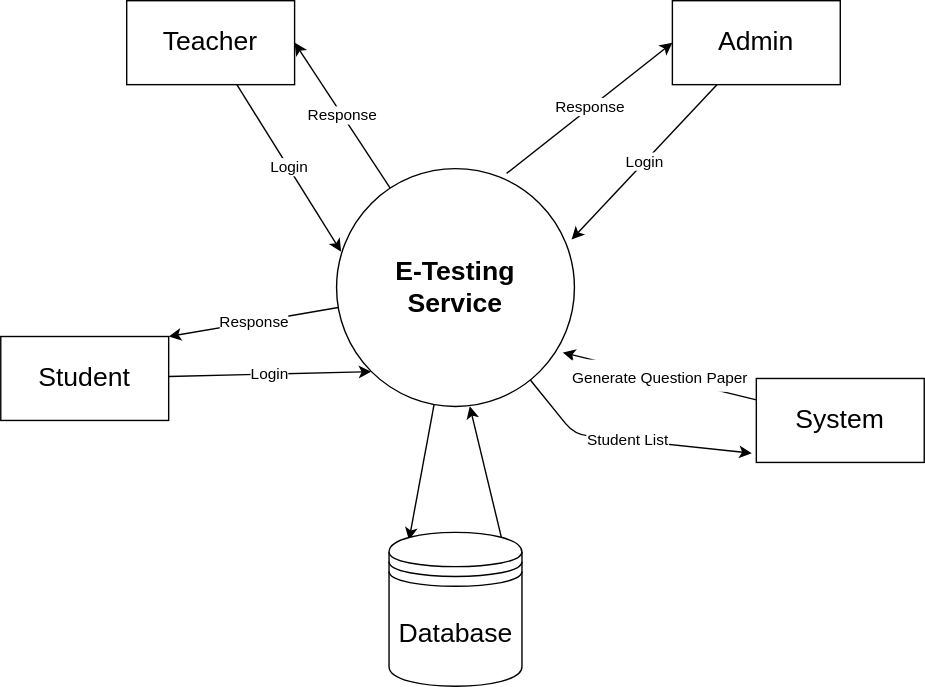
Above: DFD lvl 0 .drawio.svg in Zaeem6100/FYP-Documents (draw.io), before the change. Source tidied: cells renumbered, new cells last; positions are measured from the earlier drawing's top-left corner, leaving out a move shared by most shapes.
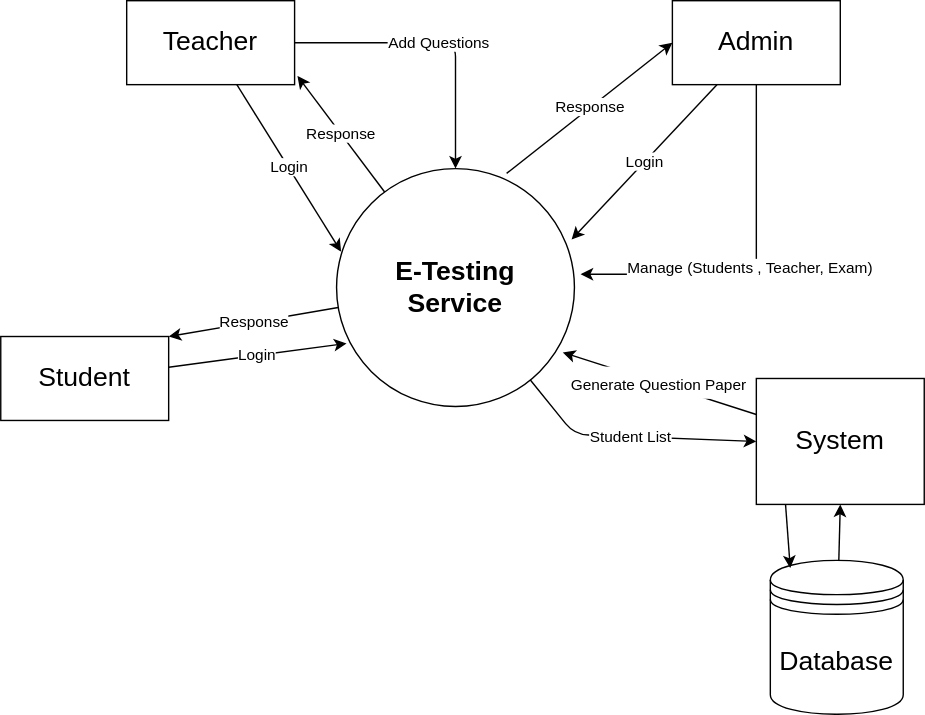
After the change.

Change to the diagram source:
```diff
@@ -2,25 +2,22 @@
   <root>
     <mxCell id="0" />
     <mxCell id="1" parent="0" />
-    <mxCell id="2" value="Response" style="edgeStyle=none;rounded=1;jettySize=auto;html=1;entryX=1;entryY=0.5;entryDx=0;entryDy=0;fontSize=11;startArrow=none;startFill=0;endArrow=classic;endFill=1;" parent="1" edge="1" source="5" target="11">
+    <mxCell id="2" value="Response" style="edgeStyle=none;rounded=1;jettySize=auto;html=1;entryX=1.017;entryY=0.897;entryDx=0;entryDy=0;fontSize=11;startArrow=none;startFill=0;endArrow=classic;endFill=1;entryPerimeter=0;" parent="1" edge="1" source="5" target="11">
       <mxGeometry relative="1" as="geometry" />
     </mxCell>
     <mxCell id="3" value="Response" style="edgeStyle=none;rounded=1;jettySize=auto;html=1;entryX=1;entryY=0;entryDx=0;entryDy=0;fontSize=11;startArrow=none;startFill=0;endArrow=classic;endFill=1;" parent="1" edge="1" source="5" target="9">
       <mxGeometry relative="1" as="geometry" />
     </mxCell>
-    <mxCell id="4" style="edgeStyle=none;rounded=1;jettySize=auto;html=1;entryX=0.15;entryY=0.05;entryDx=0;entryDy=0;entryPerimeter=0;fontSize=11;startArrow=none;startFill=0;endArrow=classic;endFill=1;" parent="1" edge="1" source="5" target="7">
-      <mxGeometry relative="1" as="geometry" />
-    </mxCell>
     <mxCell id="5" value="&lt;div style=&quot;&quot;&gt;&lt;b style=&quot;background-color: initial;&quot;&gt;&lt;font style=&quot;font-size: 19px;&quot;&gt;E-Testing&lt;/font&gt;&lt;/b&gt;&lt;/div&gt;&lt;b&gt;&lt;div style=&quot;&quot;&gt;&lt;b style=&quot;background-color: initial;&quot;&gt;&lt;font style=&quot;font-size: 19px;&quot;&gt;Service&lt;/font&gt;&lt;/b&gt;&lt;/div&gt;&lt;/b&gt;" style="ellipse;whiteSpace=wrap;html=1;align=center;" parent="1" vertex="1">
       <mxGeometry x="240" y="120" width="170" height="170" as="geometry" />
     </mxCell>
-    <mxCell id="6" style="edgeStyle=none;rounded=1;jettySize=auto;html=1;exitX=0.85;exitY=0.05;exitDx=0;exitDy=0;exitPerimeter=0;entryX=0.56;entryY=0.999;entryDx=0;entryDy=0;entryPerimeter=0;fontSize=11;startArrow=none;startFill=0;endArrow=classic;endFill=1;" parent="1" edge="1" source="7" target="5">
-      <mxGeometry relative="1" as="geometry" />
-    </mxCell>
+    <mxCell id="18" style="edgeStyle=none;rounded=1;jettySize=auto;html=1;entryX=0.5;entryY=1;entryDx=0;entryDy=0;fontSize=11;startArrow=none;startFill=0;endArrow=classic;endFill=1;" parent="1" edge="1" source="7" target="17">
+      <mxGeometry relative="1" as="geometry" />
+    </mxCell>
     <mxCell id="7" value="Database" style="shape=datastore;whiteSpace=wrap;html=1;fontSize=19;" parent="1" vertex="1">
-      <mxGeometry x="277.5" y="380" width="95" height="110" as="geometry" />
+      <mxGeometry x="550" y="400" width="95" height="110" as="geometry" />
     </mxCell>
-    <mxCell id="8" value="Login" style="edgeStyle=none;rounded=1;jettySize=auto;html=1;entryX=0;entryY=1;entryDx=0;entryDy=0;fontSize=11;startArrow=none;startFill=0;endArrow=classic;endFill=1;" parent="1" edge="1" source="9" target="5">
+    <mxCell id="8" value="Login" style="edgeStyle=none;rounded=1;jettySize=auto;html=1;entryX=0.042;entryY=0.735;entryDx=0;entryDy=0;fontSize=11;startArrow=none;startFill=0;endArrow=classic;endFill=1;entryPerimeter=0;" parent="1" edge="1" source="9" target="5">
       <mxGeometry relative="1" as="geometry" />
     </mxCell>
     <mxCell id="9" value="Student" style="rounded=0;whiteSpace=wrap;html=1;fontSize=19;" parent="1" vertex="1">
@@ -29,6 +26,9 @@
     <mxCell id="10" value="Login" style="edgeStyle=none;rounded=1;jettySize=auto;html=1;entryX=0.019;entryY=0.349;entryDx=0;entryDy=0;entryPerimeter=0;fontSize=11;startArrow=none;startFill=0;endArrow=classic;endFill=1;" parent="1" edge="1" source="11" target="5">
       <mxGeometry relative="1" as="geometry" />
     </mxCell>
+    <mxCell id="19" value="Add Questions" style="edgeStyle=orthogonalEdgeStyle;rounded=1;jettySize=auto;html=1;entryX=0.5;entryY=0;entryDx=0;entryDy=0;fontSize=11;startArrow=none;startFill=0;endArrow=classic;endFill=1;" parent="1" edge="1" source="11" target="5">
+      <mxGeometry relative="1" as="geometry" />
+    </mxCell>
     <mxCell id="11" value="Teacher" style="rounded=0;whiteSpace=wrap;html=1;fontSize=19;" parent="1" vertex="1">
       <mxGeometry x="90" width="120" height="60" as="geometry" />
     </mxCell>
@@ -38,21 +38,31 @@
     <mxCell id="13" value="Login" style="edgeStyle=none;rounded=1;jettySize=auto;html=1;entryX=0.988;entryY=0.298;entryDx=0;entryDy=0;entryPerimeter=0;fontSize=11;startArrow=none;startFill=0;endArrow=classic;endFill=1;" parent="1" edge="1" source="14" target="5">
       <mxGeometry relative="1" as="geometry" />
     </mxCell>
+    <mxCell id="20" value="Manage (Students , Teacher, Exam)&amp;nbsp; &amp;nbsp;" style="edgeStyle=orthogonalEdgeStyle;rounded=1;jettySize=auto;html=1;entryX=1.026;entryY=0.444;entryDx=0;entryDy=0;entryPerimeter=0;fontSize=11;startArrow=none;startFill=0;endArrow=classic;endFill=1;" parent="1" edge="1" source="14" target="5">
+      <mxGeometry relative="1" as="geometry">
+        <Array as="points">
+          <mxPoint x="540" y="196" />
+        </Array>
+      </mxGeometry>
+    </mxCell>
     <mxCell id="14" value="Admin" style="rounded=0;whiteSpace=wrap;html=1;fontSize=19;" parent="1" vertex="1">
       <mxGeometry x="480" width="120" height="60" as="geometry" />
     </mxCell>
     <mxCell id="15" value="&lt;span style=&quot;font-size: 11px;&quot;&gt;Generate Question Paper&lt;/span&gt;" style="jettySize=auto;html=1;entryX=0.951;entryY=0.773;entryDx=0;entryDy=0;entryPerimeter=0;fontSize=19;rounded=1;" parent="1" edge="1" source="17" target="5">
       <mxGeometry relative="1" as="geometry" />
     </mxCell>
-    <mxCell id="16" value="Student List" style="edgeStyle=none;rounded=1;jettySize=auto;html=1;fontSize=11;exitX=-0.027;exitY=0.89;exitDx=0;exitDy=0;exitPerimeter=0;startArrow=classic;startFill=1;endArrow=none;endFill=0;" parent="1" edge="1" source="17" target="5">
+    <mxCell id="16" value="Student List" style="edgeStyle=none;rounded=1;jettySize=auto;html=1;fontSize=11;exitX=0;exitY=0.5;exitDx=0;exitDy=0;startArrow=classic;startFill=1;endArrow=none;endFill=0;" parent="1" edge="1" source="17" target="5">
       <mxGeometry relative="1" as="geometry">
         <Array as="points">
           <mxPoint x="410" y="310" />
         </Array>
       </mxGeometry>
     </mxCell>
+    <mxCell id="21" style="rounded=1;jettySize=auto;html=1;entryX=0.15;entryY=0.05;entryDx=0;entryDy=0;entryPerimeter=0;fontSize=11;startArrow=none;startFill=0;endArrow=classic;endFill=1;exitX=0.173;exitY=0.983;exitDx=0;exitDy=0;exitPerimeter=0;" parent="1" edge="1" source="17" target="7">
+      <mxGeometry relative="1" as="geometry" />
+    </mxCell>
     <mxCell id="17" value="System" style="rounded=0;whiteSpace=wrap;html=1;fontSize=19;" parent="1" vertex="1">
-      <mxGeometry x="540" y="270" width="120" height="60" as="geometry" />
+      <mxGeometry x="540" y="270" width="120" height="90" as="geometry" />
     </mxCell>
   </root>
 </mxGraphModel>
```
